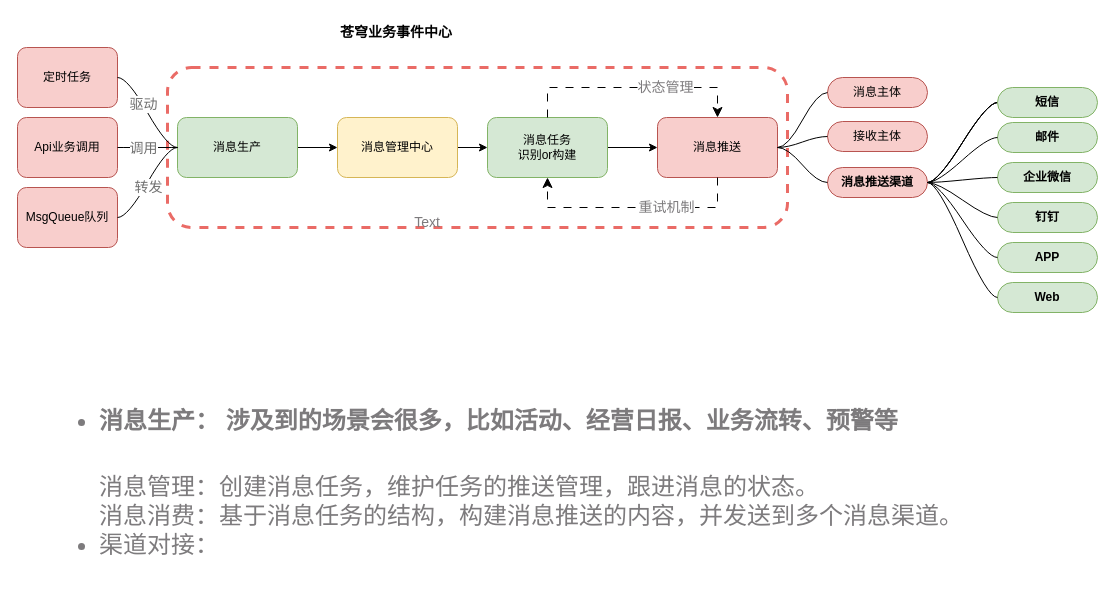
Before: 星辰消息中心.drawio in Mark-LoveFootball/mind, a draw.io diagram. Source tidied: cells renumbered, new cells numbered last; positions are measured from the earlier drawing's top-left corner, leaving out a move shared by most shapes. Both pictures are drawn from the tidied source at 100%, with x=0, y=0 at pixel (17, 17).
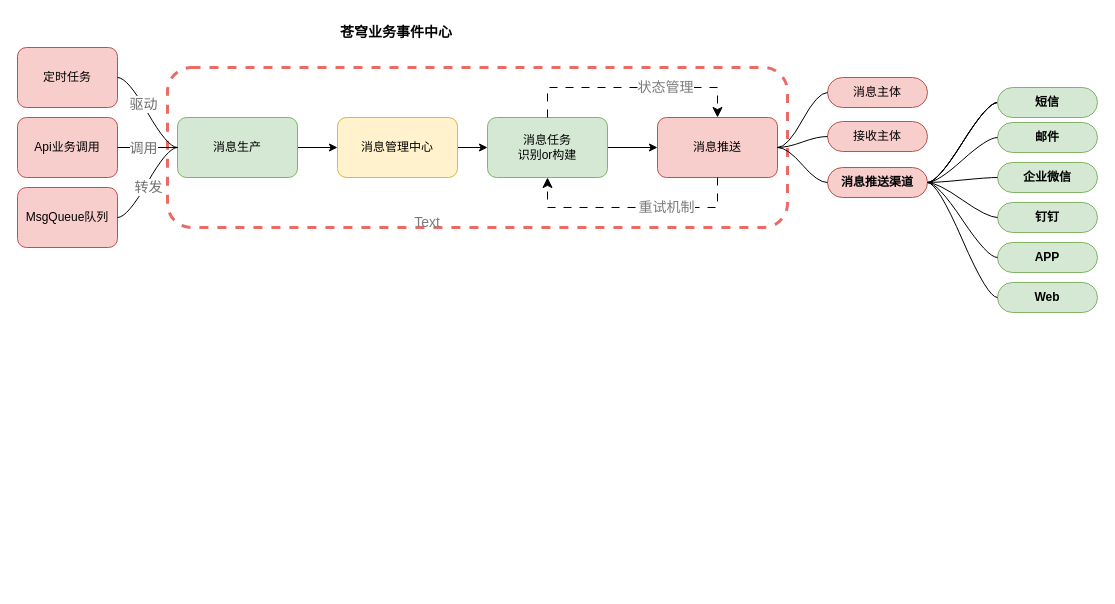
After the change.

Commit message:
更新星辰消息中心.drawio

Change to the diagram source:
```diff
@@
-    <mxCell id="45" value="&lt;ul style=&quot;font-size: 24px;&quot;&gt;&lt;li&gt;&lt;h1 style=&quot;border-color: var(--border-color);&quot;&gt;&lt;font style=&quot;border-color: var(--border-color); font-size: 24px;&quot;&gt;消息生产： 涉及到的场景会很多，比如活动、经营日报、业务流转、预警等&lt;/font&gt;&lt;/h1&gt;&lt;div style=&quot;border-color: var(--border-color);&quot;&gt;消息管理：创建消息任务，维护任务的推送管理，跟进消息的状态。&lt;br style=&quot;border-color: var(--border-color);&quot;&gt;&lt;/div&gt;&lt;span style=&quot;&quot;&gt;消息消费：基于消息任务的结构，构建消息推送的内容，并发送到多个消息渠道。&lt;/span&gt;&lt;br&gt;&lt;/li&gt;&lt;li&gt;渠道对接：&lt;/li&gt;&lt;/ul&gt;" style="text;strokeColor=none;fillColor=none;html=1;whiteSpace=wrap;verticalAlign=middle;overflow=hidden;fontSize=16;fontColor=#7D7B7D;" parent="1" vertex="1">
-      <mxGeometry x="40" y="330" width="970" height="240" as="geometry" />
-    </mxCell>
```
